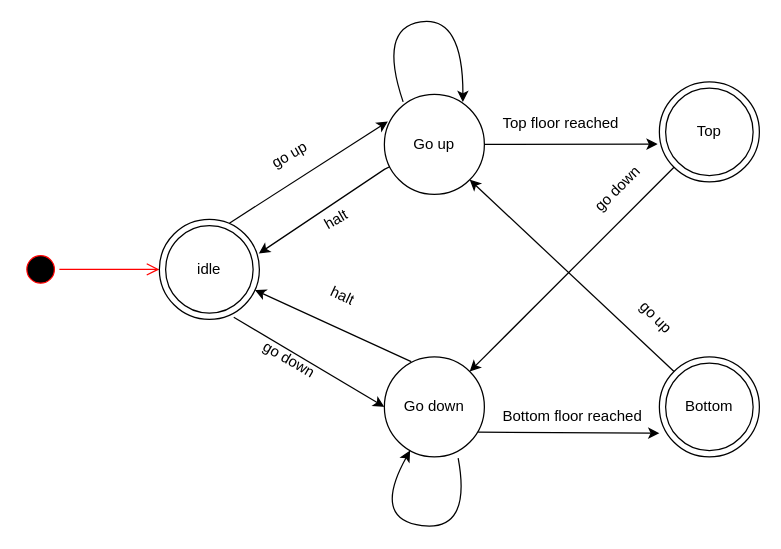
Before: Untitled Diagram2.drawio in JohnMugambi/Files, a draw.io diagram. Source tidied: cells renumbered, new cells numbered last; positions are measured from the earlier drawing's top-left corner, leaving out a move shared by most shapes. Both pictures are drawn from the tidied source at 125%, with x=0, y=0 at pixel (21, 15).
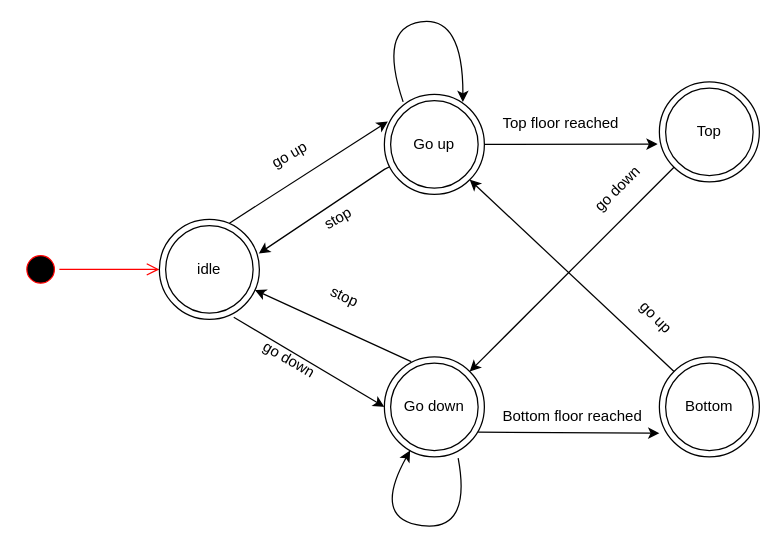
The same page after the edit.

Change to the diagram source:
```diff
@@
-    <mxCell id="5" value="Go up" style="ellipse;whiteSpace=wrap;html=1;" parent="1" vertex="1">
+    <mxCell id="5" style="ellipse;whiteSpace=wrap;html=1;" parent="1" vertex="1">
       <mxGeometry x="290" y="63" width="80" height="80" as="geometry" />
     </mxCell>
-    <mxCell id="6" value="Go down" style="ellipse;whiteSpace=wrap;html=1;" parent="1" vertex="1">
+    <mxCell id="6" style="ellipse;whiteSpace=wrap;html=1;" parent="1" vertex="1">
       <mxGeometry x="290" y="273" width="80" height="80" as="geometry" />
     </mxCell>
@@
+    <mxCell id="30" value="Go up" style="ellipse;whiteSpace=wrap;html=1;" parent="1" vertex="1">
+      <mxGeometry x="295" y="68" width="70" height="70" as="geometry" />
+    </mxCell>
@@
+    <mxCell id="31" value="Go down" style="ellipse;whiteSpace=wrap;html=1;" parent="1" vertex="1">
+      <mxGeometry x="295" y="278" width="70" height="70" as="geometry" />
+    </mxCell>
@@
-    <mxCell id="24" value="halt" style="text;html=1;strokeColor=none;fillColor=none;spacing=5;spacingTop=-20;whiteSpace=wrap;overflow=hidden;rounded=0;rotation=-30;" parent="1" vertex="1">
+    <mxCell id="24" value="stop" style="text;html=1;strokeColor=none;fillColor=none;spacing=5;spacingTop=-20;whiteSpace=wrap;overflow=hidden;rounded=0;rotation=-30;" parent="1" vertex="1">
       <mxGeometry x="241" y="160" width="50" height="14" as="geometry" />
     </mxCell>
-    <mxCell id="25" value="halt" style="text;html=1;strokeColor=none;fillColor=none;spacing=5;spacingTop=-20;whiteSpace=wrap;overflow=hidden;rounded=0;rotation=25;" parent="1" vertex="1">
+    <mxCell id="25" value="stop" style="text;html=1;strokeColor=none;fillColor=none;spacing=5;spacingTop=-20;whiteSpace=wrap;overflow=hidden;rounded=0;rotation=25;" parent="1" vertex="1">
       <mxGeometry x="237" y="231" width="50" height="14" as="geometry" />
     </mxCell>
```
